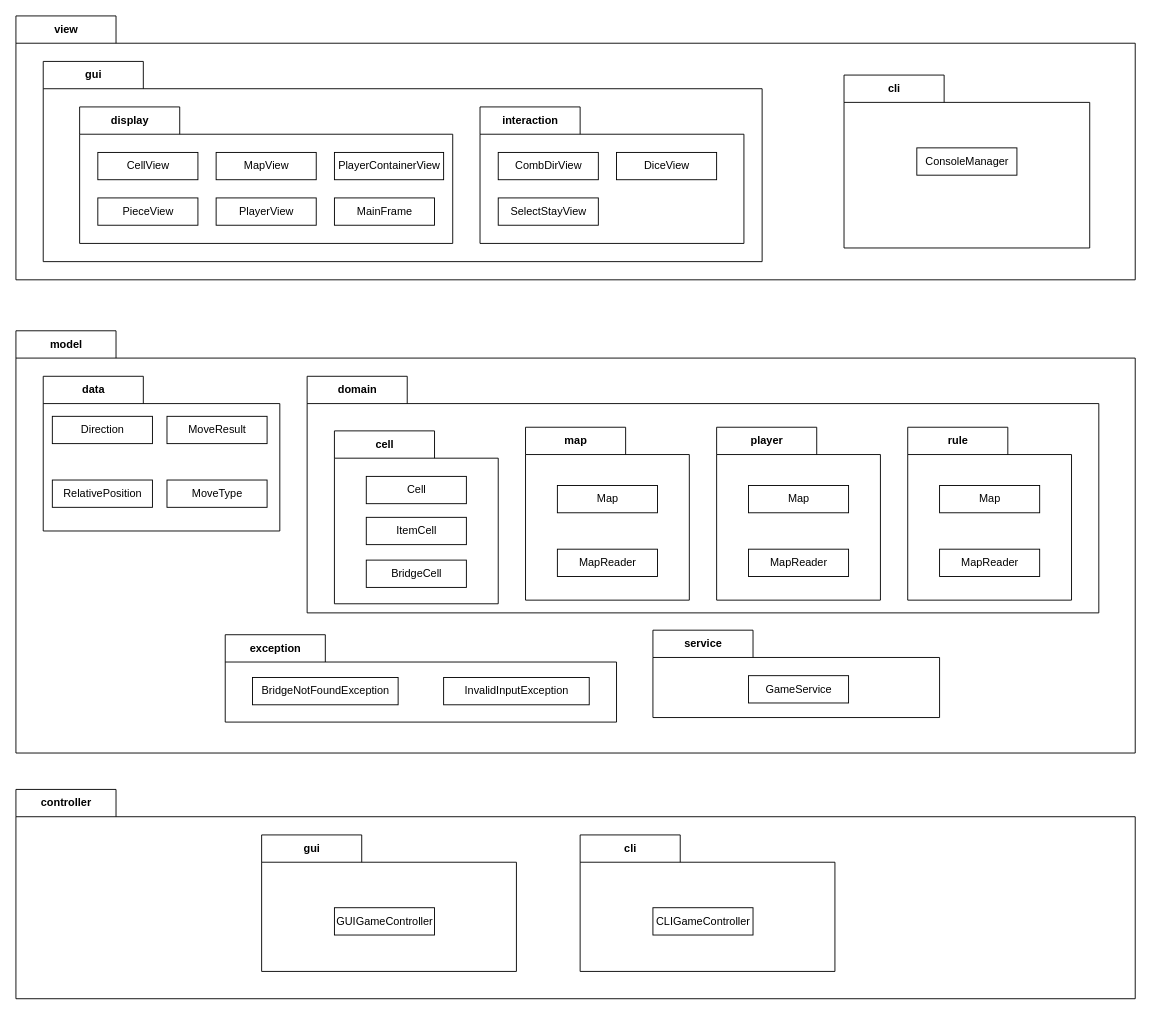
The draw.io diagram design/logical_architecture/LogicalArchitecture.drawio in gimangi/Bridge-Monopoly, before the edit. Source tidied: cells renumbered, new cells numbered last; positions are measured from the earlier drawing's top-left corner, leaving out a move shared by most shapes. Both pictures are drawn from the tidied source at 91%, with x=0, y=0 at pixel (15, 15).
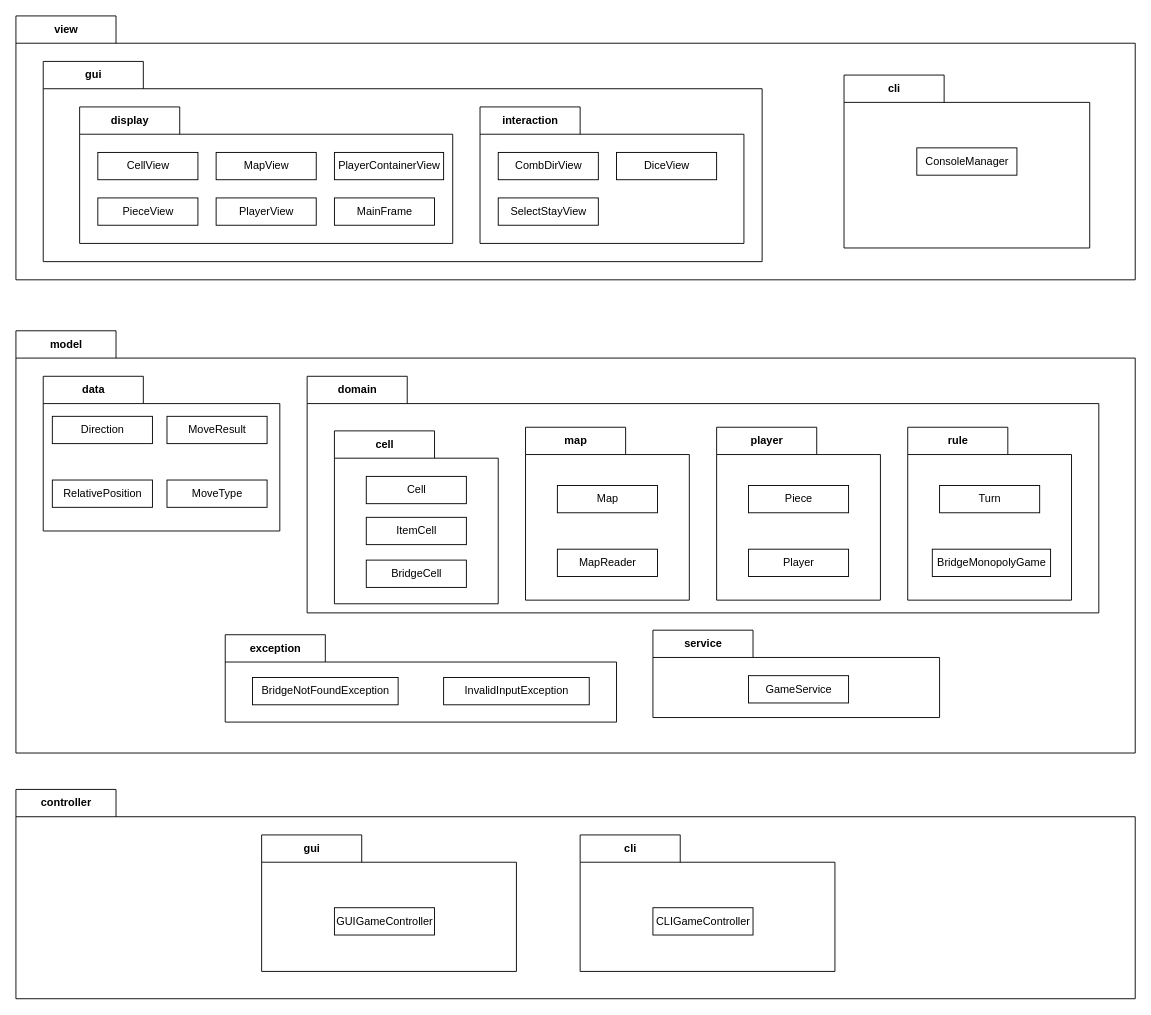
The same diagram, later.

The change refers to these unchanged cells:
```xml
<mxCell id="22" value="player" style="shape=folder;fontStyle=1;tabWidth=110;tabHeight=30;tabPosition=left;html=1;boundedLbl=1;labelInHeader=1;" parent="18" vertex="1">
  <mxGeometry x="450" y="56" width="180" height="190" as="geometry" />
</mxCell>
<mxCell id="25" value="rule" style="shape=folder;fontStyle=1;tabWidth=110;tabHeight=30;tabPosition=left;html=1;boundedLbl=1;labelInHeader=1;" parent="18" vertex="1">
  <mxGeometry x="660" y="56" width="180" height="190" as="geometry" />
</mxCell>
```

What changed in the source:
```diff
@@
-    <mxCell id="23" value="Map" style="html=1;" parent="22" vertex="1">
+    <mxCell id="23" value="Piece" style="html=1;" parent="22" vertex="1">
       <mxGeometry width="110" height="30" relative="1" as="geometry">
         <mxPoint x="35" y="64" as="offset" />
       </mxGeometry>
     </mxCell>
-    <mxCell id="24" value="MapReader" style="html=1;" parent="22" vertex="1">
+    <mxCell id="24" value="Player" style="html=1;" parent="22" vertex="1">
       <mxGeometry width="110" height="30" relative="1" as="geometry">
         <mxPoint x="35" y="134" as="offset" />
       </mxGeometry>
     </mxCell>
@@
-    <mxCell id="26" value="Map" style="html=1;" parent="25" vertex="1">
+    <mxCell id="26" value="Turn" style="html=1;" parent="25" vertex="1">
       <mxGeometry width="110" height="30" relative="1" as="geometry">
         <mxPoint x="35" y="64" as="offset" />
       </mxGeometry>
     </mxCell>
-    <mxCell id="27" value="MapReader" style="html=1;" parent="25" vertex="1">
-      <mxGeometry width="110" height="30" relative="1" as="geometry">
-        <mxPoint x="35" y="134" as="offset" />
+    <mxCell id="27" value="BridgeMonopolyGame" style="html=1;" parent="25" vertex="1">
+      <mxGeometry width="130" height="30" relative="1" as="geometry">
+        <mxPoint x="27" y="134" as="offset" />
       </mxGeometry>
     </mxCell>
```
